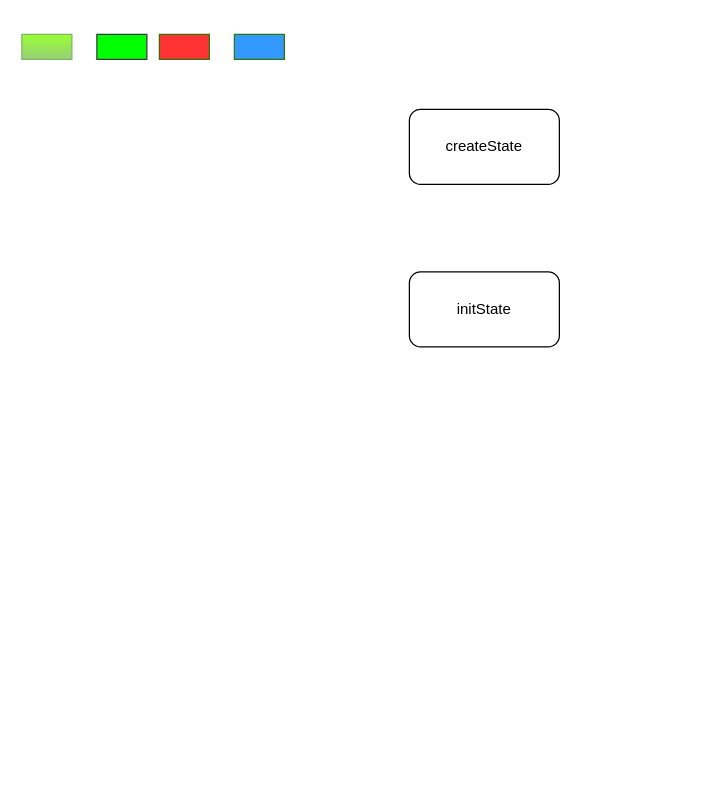
Above: flutter/flutter_state_life.drawio in rockstore/diagram (draw.io), before the change. Source tidied: cells renumbered, new cells numbered last; positions are measured from the earlier drawing's top-left corner, leaving out a move shared by most shapes. Both pictures are drawn from the tidied source at 125%, with x=0, y=0 at pixel (21, 34).
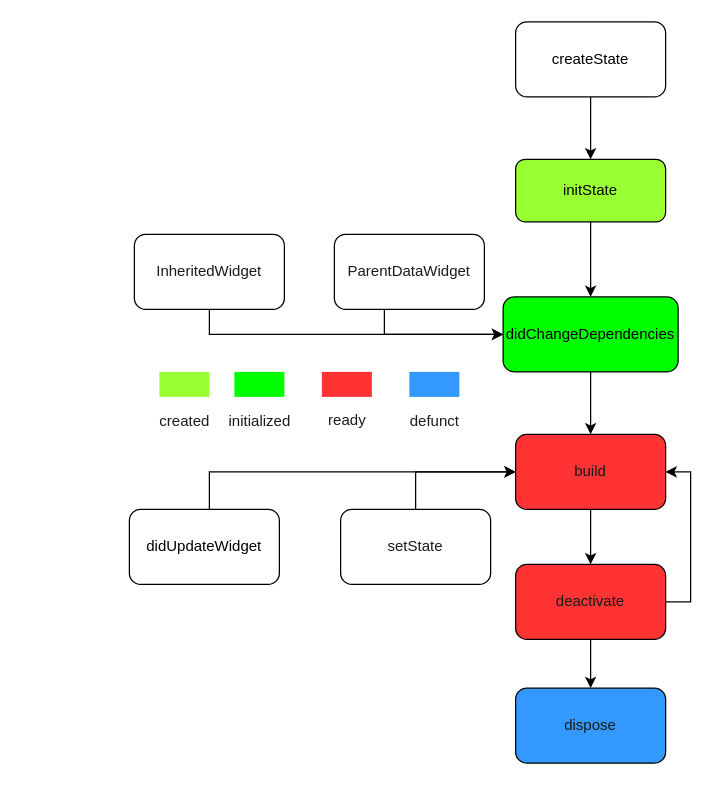
Above is the later version.

Diff of the diagram source:
```diff
@@
+    <mxCell id="8" style="edgeStyle=orthogonalEdgeStyle;rounded=0;jettySize=auto;html=1;fontColor=#1A1A1A;" parent="1" edge="1" source="2" target="3">
+      <mxGeometry relative="1" as="geometry" />
+    </mxCell>
     <mxCell id="2" value="createState" style="rounded=1;whiteSpace=wrap;html=1;" parent="1" vertex="1">
-      <mxGeometry x="310" y="60" width="120" height="60" as="geometry" />
+      <mxGeometry x="395" y="-10" width="120" height="60" as="geometry" />
     </mxCell>
+    <mxCell id="9" style="edgeStyle=orthogonalEdgeStyle;rounded=0;jettySize=auto;html=1;fontColor=#1A1A1A;" parent="1" edge="1" source="3" target="15">
+      <mxGeometry relative="1" as="geometry" />
+    </mxCell>
-    <mxCell id="3" value="initState" style="rounded=1;whiteSpace=wrap;html=1;" parent="1" vertex="1">
-      <mxGeometry x="310" y="190" width="120" height="60" as="geometry" />
+    <mxCell id="3" value="initState" style="rounded=1;whiteSpace=wrap;html=1;fillColor=#99FF33;" parent="1" vertex="1">
+      <mxGeometry x="395" y="100" width="120" height="50" as="geometry" />
     </mxCell>
-    <mxCell id="4" style="rounded=0;whiteSpace=wrap;html=1;fillColor=#99FF33;strokeColor=#82b366;gradientColor=#97d077;" parent="1" vertex="1">
-      <mxGeometry width="40" height="20" as="geometry" />
+    <mxCell id="4" style="rounded=0;whiteSpace=wrap;html=1;fillColor=#99FF33;strokeColor=none;" parent="1" vertex="1">
+      <mxGeometry x="110" y="270" width="40" height="20" as="geometry" />
     </mxCell>
-    <mxCell id="5" style="rounded=0;whiteSpace=wrap;html=1;fontColor=#ffffff;fillColor=#3399FF;strokeColor=#2D7600;" parent="1" vertex="1">
-      <mxGeometry x="170" width="40" height="20" as="geometry" />
+    <mxCell id="5" style="rounded=0;whiteSpace=wrap;html=1;fontColor=#ffffff;fillColor=#3399FF;strokeColor=none;" parent="1" vertex="1">
+      <mxGeometry x="310" y="270" width="40" height="20" as="geometry" />
     </mxCell>
-    <mxCell id="6" style="rounded=0;whiteSpace=wrap;html=1;fontColor=#ffffff;fillColor=#FF3333;strokeColor=#2D7600;" parent="1" vertex="1">
-      <mxGeometry x="110" width="40" height="20" as="geometry" />
+    <mxCell id="6" style="rounded=0;whiteSpace=wrap;html=1;fontColor=#ffffff;fillColor=#FF3333;strokeColor=none;" parent="1" vertex="1">
+      <mxGeometry x="240" y="270" width="40" height="20" as="geometry" />
     </mxCell>
-    <mxCell id="7" style="rounded=0;whiteSpace=wrap;html=1;fillColor=#00FF00;strokeColor=#36393d;" parent="1" vertex="1">
-      <mxGeometry x="60" width="40" height="20" as="geometry" />
+    <mxCell id="7" style="rounded=0;whiteSpace=wrap;html=1;fillColor=#00FF00;strokeColor=none;" parent="1" vertex="1">
+      <mxGeometry x="170" y="270" width="40" height="20" as="geometry" />
     </mxCell>
+    <mxCell id="10" value="&lt;font color=&quot;#1a1a1a&quot;&gt;defunct&lt;/font&gt;" style="text;html=1;align=center;verticalAlign=middle;fillColor=none;strokeColor=none;rounded=0;fontColor=#33FF33;" parent="1" vertex="1">
+      <mxGeometry x="305" y="300" width="50" height="20" as="geometry" />
+    </mxCell>
+    <mxCell id="11" value="&lt;font color=&quot;#1a1a1a&quot;&gt;ready&lt;/font&gt;" style="text;html=1;align=center;verticalAlign=middle;fillColor=none;strokeColor=none;rounded=0;fontColor=#33FF33;" parent="1" vertex="1">
+      <mxGeometry x="235" y="299" width="50" height="20" as="geometry" />
+    </mxCell>
+    <mxCell id="12" value="&lt;font color=&quot;#1a1a1a&quot;&gt;initialized&lt;/font&gt;" style="text;html=1;align=center;verticalAlign=middle;fillColor=none;strokeColor=none;rounded=0;fontColor=#33FF33;" parent="1" vertex="1">
+      <mxGeometry x="160" y="300" width="60" height="20" as="geometry" />
+    </mxCell>
+    <mxCell id="13" value="&lt;font color=&quot;#1a1a1a&quot;&gt;created&lt;/font&gt;" style="text;html=1;align=center;verticalAlign=middle;fillColor=none;strokeColor=none;rounded=0;fontColor=#33FF33;" parent="1" vertex="1">
+      <mxGeometry x="100" y="300" width="60" height="20" as="geometry" />
+    </mxCell>
+    <mxCell id="14" style="edgeStyle=orthogonalEdgeStyle;rounded=0;jettySize=auto;html=1;fontColor=#1A1A1A;" parent="1" edge="1" source="15" target="22">
+      <mxGeometry relative="1" as="geometry" />
+    </mxCell>
+    <mxCell id="15" value="didChangeDependencies" style="rounded=1;whiteSpace=wrap;html=1;fillColor=#00FF00;" parent="1" vertex="1">
+      <mxGeometry x="385" y="210" width="140" height="60" as="geometry" />
+    </mxCell>
+    <mxCell id="16" value="dispose" style="rounded=1;whiteSpace=wrap;html=1;fontColor=#1A1A1A;fillColor=#3399FF;" parent="1" vertex="1">
+      <mxGeometry x="395" y="523" width="120" height="60" as="geometry" />
+    </mxCell>
+    <mxCell id="17" style="edgeStyle=orthogonalEdgeStyle;rounded=0;jettySize=auto;html=1;fontColor=#1A1A1A;entryX=0;entryY=0.5;entryDx=0;entryDy=0;" parent="1" edge="1" source="18" target="22">
+      <mxGeometry relative="1" as="geometry">
+        <Array as="points">
+          <mxPoint x="150" y="350" />
+        </Array>
+      </mxGeometry>
+    </mxCell>
+    <mxCell id="18" value="didUpdateWidget" style="rounded=1;whiteSpace=wrap;html=1;fillColor=#FFFFFF;" parent="1" vertex="1">
+      <mxGeometry x="86" y="380" width="120" height="60" as="geometry" />
+    </mxCell>
+    <mxCell id="19" style="edgeStyle=orthogonalEdgeStyle;rounded=0;jettySize=auto;html=1;exitX=0.5;exitY=0;exitDx=0;exitDy=0;entryX=0;entryY=0.5;entryDx=0;entryDy=0;fontColor=#1A1A1A;" parent="1" edge="1" source="20" target="22">
+      <mxGeometry relative="1" as="geometry" />
+    </mxCell>
+    <mxCell id="20" value="setState" style="rounded=1;whiteSpace=wrap;html=1;fontColor=#1A1A1A;fillColor=#FFFFFF;" parent="1" vertex="1">
+      <mxGeometry x="255" y="380" width="120" height="60" as="geometry" />
+    </mxCell>
+    <mxCell id="21" style="edgeStyle=orthogonalEdgeStyle;rounded=0;jettySize=auto;html=1;fontColor=#1A1A1A;" parent="1" edge="1" source="22" target="25">
+      <mxGeometry relative="1" as="geometry" />
+    </mxCell>
+    <mxCell id="22" value="build" style="rounded=1;whiteSpace=wrap;html=1;fontColor=#1A1A1A;fillColor=#FF3333;" parent="1" vertex="1">
+      <mxGeometry x="395" y="320" width="120" height="60" as="geometry" />
+    </mxCell>
+    <mxCell id="23" style="edgeStyle=orthogonalEdgeStyle;rounded=0;jettySize=auto;html=1;exitX=1;exitY=0.5;exitDx=0;exitDy=0;entryX=1;entryY=0.5;entryDx=0;entryDy=0;fontColor=#1A1A1A;" parent="1" edge="1" source="25" target="22">
+      <mxGeometry relative="1" as="geometry" />
+    </mxCell>
+    <mxCell id="24" style="edgeStyle=orthogonalEdgeStyle;rounded=0;jettySize=auto;html=1;fontColor=#1A1A1A;" parent="1" edge="1" source="25" target="16">
+      <mxGeometry relative="1" as="geometry" />
+    </mxCell>
+    <mxCell id="25" value="deactivate" style="rounded=1;whiteSpace=wrap;html=1;fontColor=#1A1A1A;fillColor=#FF3333;" parent="1" vertex="1">
+      <mxGeometry x="395" y="424" width="120" height="60" as="geometry" />
+    </mxCell>
+    <mxCell id="26" style="edgeStyle=orthogonalEdgeStyle;rounded=0;jettySize=auto;html=1;fontColor=#1A1A1A;entryX=0;entryY=0.5;entryDx=0;entryDy=0;" parent="1" edge="1" source="27" target="15">
+      <mxGeometry relative="1" as="geometry">
+        <Array as="points">
+          <mxPoint x="150" y="240" />
+        </Array>
+      </mxGeometry>
+    </mxCell>
+    <mxCell id="27" value="InheritedWidget" style="rounded=1;whiteSpace=wrap;html=1;fontColor=#1A1A1A;fillColor=#FFFFFF;gradientColor=none;" parent="1" vertex="1">
+      <mxGeometry x="90" y="160" width="120" height="60" as="geometry" />
+    </mxCell>
+    <mxCell id="28" style="edgeStyle=orthogonalEdgeStyle;rounded=0;jettySize=auto;html=1;fontColor=#1A1A1A;entryX=0;entryY=0.5;entryDx=0;entryDy=0;" parent="1" edge="1" source="29" target="15">
+      <mxGeometry relative="1" as="geometry">
+        <Array as="points">
+          <mxPoint x="290" y="240" />
+        </Array>
+      </mxGeometry>
+    </mxCell>
+    <mxCell id="29" value="ParentDataWidget" style="rounded=1;whiteSpace=wrap;html=1;fontColor=#1A1A1A;fillColor=#FFFFFF;gradientColor=none;" parent="1" vertex="1">
+      <mxGeometry x="250" y="160" width="120" height="60" as="geometry" />
+    </mxCell>
```
